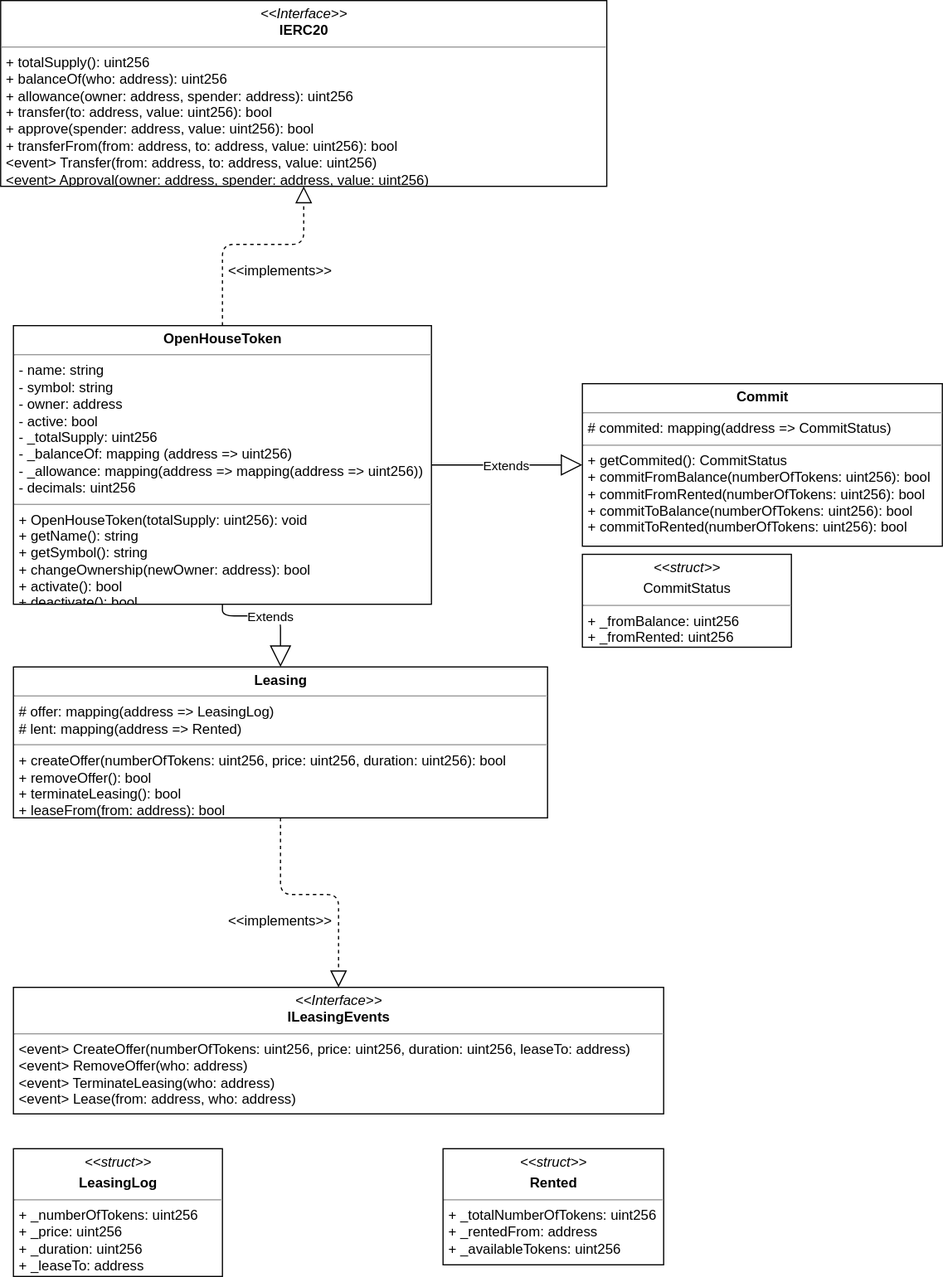
The draw.io diagram uml/OpenHouseToken/OpenHouseToken.svg in gkamtzir/Ethereum-ICO-Diploma-Thesis, before a commit. Source tidied: cells renumbered, new cells last; positions are measured from the earlier drawing's top-left corner, leaving out a move shared by most shapes.
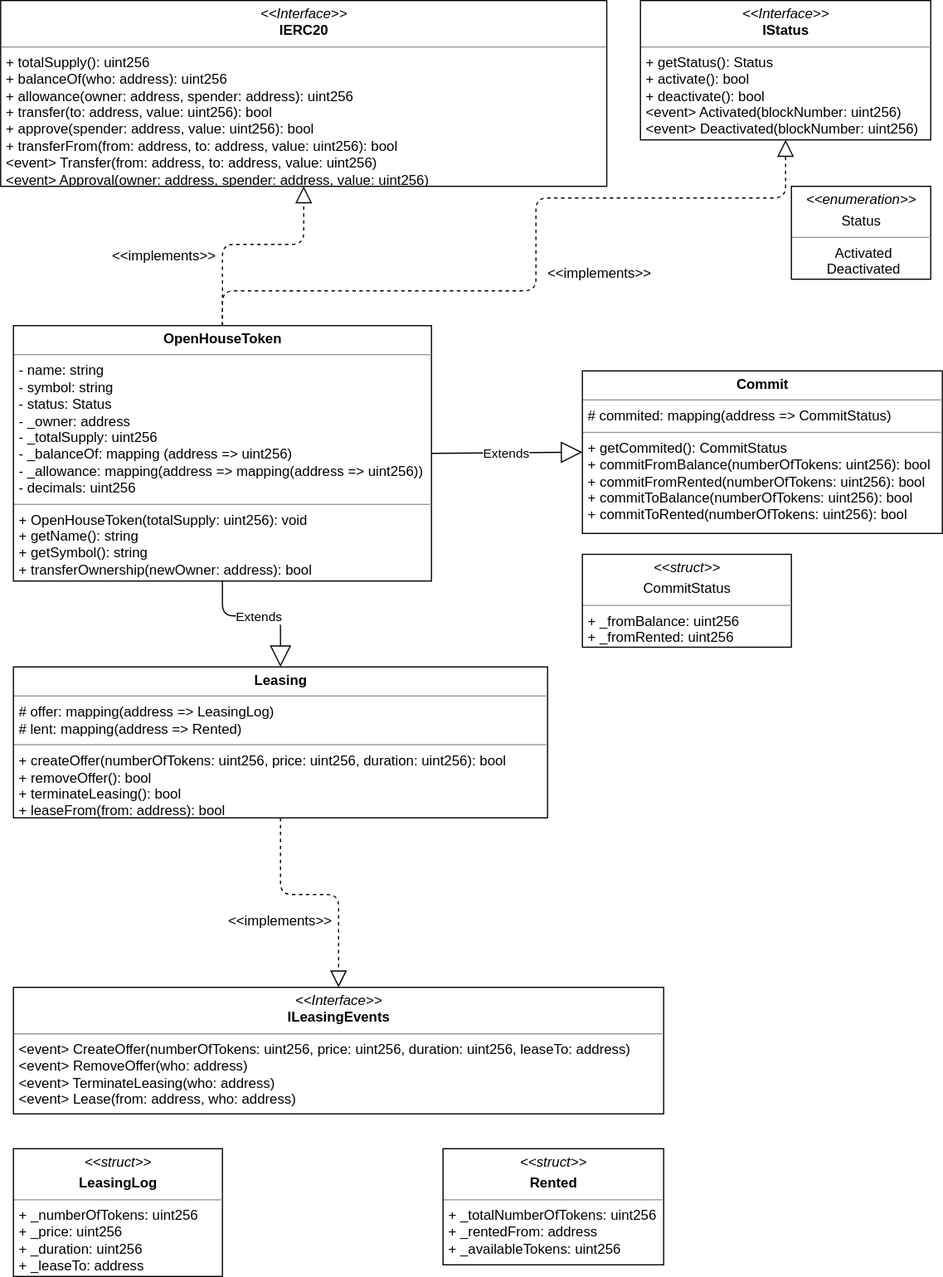
Above is the later version.

Commit message:
Added IStatus interface to OpenHouseToken class diagram.

The edit, as a diff of the source:
```diff
@@ -2,8 +2,8 @@
   <root>
     <mxCell id="0" />
     <mxCell id="1" parent="0" />
-    <mxCell id="2" value="&lt;p style=&quot;margin: 0px ; margin-top: 4px ; text-align: center&quot;&gt;&lt;b&gt;OpenHouseToken&lt;/b&gt;&lt;/p&gt;&lt;hr size=&quot;1&quot;&gt;&lt;p style=&quot;margin: 0px ; margin-left: 4px&quot;&gt;- name: string&lt;/p&gt;&lt;p style=&quot;margin: 0px ; margin-left: 4px&quot;&gt;- symbol: string&lt;/p&gt;&lt;p style=&quot;margin: 0px ; margin-left: 4px&quot;&gt;- owner: address&lt;/p&gt;&lt;p style=&quot;margin: 0px ; margin-left: 4px&quot;&gt;- active: bool&lt;/p&gt;&lt;p style=&quot;margin: 0px ; margin-left: 4px&quot;&gt;- _totalSupply: uint256&lt;/p&gt;&lt;p style=&quot;margin: 0px ; margin-left: 4px&quot;&gt;- _balanceOf: mapping (address =&amp;gt; uint256)&lt;/p&gt;&lt;p style=&quot;margin: 0px ; margin-left: 4px&quot;&gt;- _allowance: mapping(address =&amp;gt; mapping(address =&amp;gt; uint256))&lt;/p&gt;&lt;p style=&quot;margin: 0px ; margin-left: 4px&quot;&gt;- decimals: uint256&lt;/p&gt;&lt;hr size=&quot;1&quot;&gt;&lt;p style=&quot;margin: 0px ; margin-left: 4px&quot;&gt;+ OpenHouseToken(totalSupply: uint256): void&lt;/p&gt;&lt;p style=&quot;margin: 0px ; margin-left: 4px&quot;&gt;+ getName(): string&lt;/p&gt;&lt;p style=&quot;margin: 0px ; margin-left: 4px&quot;&gt;+ getSymbol(): string&lt;/p&gt;&lt;p style=&quot;margin: 0px ; margin-left: 4px&quot;&gt;+ changeOwnership(newOwner: address): bool&lt;/p&gt;&lt;p style=&quot;margin: 0px ; margin-left: 4px&quot;&gt;+ activate(): bool&lt;/p&gt;&lt;p style=&quot;margin: 0px ; margin-left: 4px&quot;&gt;+ deactivate(): bool&lt;/p&gt;" style="verticalAlign=top;align=left;overflow=fill;fontSize=12;fontFamily=Helvetica;html=1;" parent="1" vertex="1">
-      <mxGeometry x="11" y="280" width="360" height="240" as="geometry" />
+    <mxCell id="2" value="&lt;p style=&quot;margin: 0px ; margin-top: 4px ; text-align: center&quot;&gt;&lt;b&gt;OpenHouseToken&lt;/b&gt;&lt;/p&gt;&lt;hr size=&quot;1&quot;&gt;&lt;p style=&quot;margin: 0px ; margin-left: 4px&quot;&gt;- name: string&lt;/p&gt;&lt;p style=&quot;margin: 0px ; margin-left: 4px&quot;&gt;- symbol: string&lt;/p&gt;&lt;p style=&quot;margin: 0px ; margin-left: 4px&quot;&gt;- status: Status&lt;br&gt;&lt;/p&gt;&lt;p style=&quot;margin: 0px ; margin-left: 4px&quot;&gt;- _owner: address&lt;/p&gt;&lt;p style=&quot;margin: 0px ; margin-left: 4px&quot;&gt;- _totalSupply: uint256&lt;/p&gt;&lt;p style=&quot;margin: 0px ; margin-left: 4px&quot;&gt;- _balanceOf: mapping (address =&amp;gt; uint256)&lt;/p&gt;&lt;p style=&quot;margin: 0px ; margin-left: 4px&quot;&gt;- _allowance: mapping(address =&amp;gt; mapping(address =&amp;gt; uint256))&lt;/p&gt;&lt;p style=&quot;margin: 0px ; margin-left: 4px&quot;&gt;- decimals: uint256&lt;/p&gt;&lt;hr size=&quot;1&quot;&gt;&lt;p style=&quot;margin: 0px ; margin-left: 4px&quot;&gt;+ OpenHouseToken(totalSupply: uint256): void&lt;/p&gt;&lt;p style=&quot;margin: 0px ; margin-left: 4px&quot;&gt;+ getName(): string&lt;/p&gt;&lt;p style=&quot;margin: 0px ; margin-left: 4px&quot;&gt;+ getSymbol(): string&lt;/p&gt;&lt;p style=&quot;margin: 0px ; margin-left: 4px&quot;&gt;+ transferOwnership(newOwner: address): bool&lt;/p&gt;" style="verticalAlign=top;align=left;overflow=fill;fontSize=12;fontFamily=Helvetica;html=1;" parent="1" vertex="1">
+      <mxGeometry x="11" y="280" width="360" height="220" as="geometry" />
     </mxCell>
     <mxCell id="3" value="&lt;p style=&quot;margin: 0px ; margin-top: 4px ; text-align: center&quot;&gt;&lt;i&gt;&amp;lt;&amp;lt;Interface&amp;gt;&amp;gt;&lt;/i&gt;&lt;br&gt;&lt;b&gt;IERC20&lt;/b&gt;&lt;/p&gt;&lt;hr size=&quot;1&quot;&gt;&lt;p style=&quot;margin: 0px ; margin-left: 4px&quot;&gt;+ totalSupply(): uint256&lt;br&gt;+ balanceOf(who: address): uint256&lt;/p&gt;&lt;p style=&quot;margin: 0px ; margin-left: 4px&quot;&gt;+ allowance(owner: address, spender: address): uint256&lt;/p&gt;&lt;p style=&quot;margin: 0px ; margin-left: 4px&quot;&gt;+ transfer(to: address, value: uint256): bool&lt;/p&gt;&lt;p style=&quot;margin: 0px ; margin-left: 4px&quot;&gt;+ approve(spender: address, value: uint256): bool&lt;/p&gt;&lt;p style=&quot;margin: 0px ; margin-left: 4px&quot;&gt;+ transferFrom(from: address, to: address, value: uint256): bool&lt;/p&gt;&lt;p style=&quot;margin: 0px ; margin-left: 4px&quot;&gt;&amp;lt;event&amp;gt; Transfer(from: address, to: address, value: uint256)&lt;/p&gt;&lt;p style=&quot;margin: 0px ; margin-left: 4px&quot;&gt;&amp;lt;event&amp;gt; Approval(owner: address, spender: address, value: uint256)&lt;/p&gt;" style="verticalAlign=top;align=left;overflow=fill;fontSize=12;fontFamily=Helvetica;html=1;" parent="1" vertex="1">
       <mxGeometry width="522" height="160" as="geometry" />
@@ -17,7 +17,7 @@
       </mxGeometry>
     </mxCell>
     <mxCell id="5" value="&lt;&lt;implements&gt;&gt;" style="text;align=center;fontStyle=0;verticalAlign=middle;spacingLeft=3;spacingRight=3;strokeColor=none;" parent="1" vertex="1">
-      <mxGeometry x="201" y="220" width="80" height="26" as="geometry" />
+      <mxGeometry x="101" y="207" width="80" height="26" as="geometry" />
     </mxCell>
     <mxCell id="6" value="&lt;p style=&quot;margin: 0px ; margin-top: 4px ; text-align: center&quot;&gt;&lt;b&gt;Leasing&lt;/b&gt;&lt;/p&gt;&lt;hr size=&quot;1&quot;&gt;&lt;p style=&quot;margin: 0px ; margin-left: 4px&quot;&gt;# offer: mapping(address =&amp;gt; LeasingLog)&lt;/p&gt;&lt;p style=&quot;margin: 0px ; margin-left: 4px&quot;&gt;# lent: mapping(address =&amp;gt; Rented)&lt;/p&gt;&lt;hr size=&quot;1&quot;&gt;&lt;p style=&quot;margin: 0px ; margin-left: 4px&quot;&gt;+ createOffer(numberOfTokens: uint256, price: uint256, duration: uint256): bool&lt;/p&gt;&lt;p style=&quot;margin: 0px ; margin-left: 4px&quot;&gt;+ removeOffer(): bool&lt;/p&gt;&lt;p style=&quot;margin: 0px ; margin-left: 4px&quot;&gt;+ terminateLeasing(): bool&lt;/p&gt;&lt;p style=&quot;margin: 0px ; margin-left: 4px&quot;&gt;+ leaseFrom(from: address): bool&lt;/p&gt;" style="verticalAlign=top;align=left;overflow=fill;fontSize=12;fontFamily=Helvetica;html=1;" parent="1" vertex="1">
       <mxGeometry x="11" y="574" width="460" height="130" as="geometry" />
@@ -45,7 +45,7 @@
       </mxGeometry>
     </mxCell>
     <mxCell id="11" value="&lt;p style=&quot;margin: 0px ; margin-top: 4px ; text-align: center&quot;&gt;&lt;b&gt;Commit&lt;/b&gt;&lt;/p&gt;&lt;hr size=&quot;1&quot;&gt;&lt;p style=&quot;margin: 0px ; margin-left: 4px&quot;&gt;# commited: mapping(address =&amp;gt; CommitStatus)&lt;/p&gt;&lt;hr size=&quot;1&quot;&gt;&lt;p style=&quot;margin: 0px ; margin-left: 4px&quot;&gt;+ getCommited(): CommitStatus&lt;br&gt;&lt;/p&gt;&lt;p style=&quot;margin: 0px ; margin-left: 4px&quot;&gt;+ commitFromBalance(numberOfTokens: uint256): bool&lt;/p&gt;&lt;p style=&quot;margin: 0px ; margin-left: 4px&quot;&gt;+ commitFromRented(numberOfTokens: uint256): bool&lt;/p&gt;&lt;p style=&quot;margin: 0px ; margin-left: 4px&quot;&gt;+ commitToBalance(numberOfTokens: uint256): bool&lt;/p&gt;&lt;p style=&quot;margin: 0px ; margin-left: 4px&quot;&gt;+ commitToRented(numberOfTokens: uint256): bool&lt;/p&gt;" style="verticalAlign=top;align=left;overflow=fill;fontSize=12;fontFamily=Helvetica;html=1;" parent="1" vertex="1">
-      <mxGeometry x="501" y="330" width="310" height="140" as="geometry" />
+      <mxGeometry x="501" y="319" width="310" height="140" as="geometry" />
     </mxCell>
     <mxCell id="12" value="&lt;p style=&quot;margin: 0px ; margin-top: 4px ; text-align: center&quot;&gt;&lt;i&gt;&amp;lt;&amp;lt;struct&amp;gt;&amp;gt;&lt;/i&gt;&lt;br&gt;&lt;/p&gt;&lt;p style=&quot;margin: 0px ; margin-top: 4px ; text-align: center&quot;&gt;&lt;span&gt;CommitStatus&lt;/span&gt;&lt;br&gt;&lt;/p&gt;&lt;hr size=&quot;1&quot;&gt;&lt;p style=&quot;margin: 0px ; margin-left: 4px&quot;&gt;+ _fromBalance: uint256&lt;/p&gt;&lt;p style=&quot;margin: 0px ; margin-left: 4px&quot;&gt;+ _fromRented: uint256&lt;/p&gt;&lt;p style=&quot;margin: 0px ; margin-left: 4px&quot;&gt;&lt;br&gt;&lt;/p&gt;" style="verticalAlign=top;align=left;overflow=fill;fontSize=12;fontFamily=Helvetica;html=1;" parent="1" vertex="1">
       <mxGeometry x="501" y="477" width="180" height="80" as="geometry" />
@@ -59,5 +59,24 @@
     <mxCell id="15" value="&lt;&lt;implements&gt;&gt;" style="text;align=center;fontStyle=0;verticalAlign=middle;spacingLeft=3;spacingRight=3;strokeColor=none;" parent="1" vertex="1">
       <mxGeometry x="201" y="780" width="80" height="26" as="geometry" />
     </mxCell>
+    <mxCell id="16" value="&lt;p style=&quot;margin: 0px ; margin-top: 4px ; text-align: center&quot;&gt;&lt;i&gt;&amp;lt;&amp;lt;Interface&amp;gt;&amp;gt;&lt;/i&gt;&lt;br&gt;&lt;b&gt;IStatus&lt;/b&gt;&lt;/p&gt;&lt;hr size=&quot;1&quot;&gt;&lt;p style=&quot;margin: 0px ; margin-left: 4px&quot;&gt;+ getStatus(): Status&lt;br&gt;+ activate(): bool&lt;/p&gt;&lt;p style=&quot;margin: 0px ; margin-left: 4px&quot;&gt;+ deactivate(): bool&lt;/p&gt;&lt;p style=&quot;margin: 0px ; margin-left: 4px&quot;&gt;&amp;lt;event&amp;gt; Activated(blockNumber: uint256)&lt;/p&gt;&lt;p style=&quot;margin: 0px ; margin-left: 4px&quot;&gt;&amp;lt;event&amp;gt; Deactivated(blockNumber: uint256)&lt;/p&gt;" style="verticalAlign=top;align=left;overflow=fill;fontSize=12;fontFamily=Helvetica;html=1;" parent="1" vertex="1">
+      <mxGeometry x="551" width="250" height="120" as="geometry" />
+    </mxCell>
+    <mxCell id="17" value="&lt;p style=&quot;margin: 0px ; margin-top: 4px ; text-align: center&quot;&gt;&lt;i&gt;&amp;lt;&amp;lt;enumeration&amp;gt;&amp;gt;&lt;/i&gt;&lt;br&gt;&lt;/p&gt;&lt;p style=&quot;margin: 0px ; margin-top: 4px ; text-align: center&quot;&gt;&lt;span&gt;Status&lt;/span&gt;&lt;br&gt;&lt;/p&gt;&lt;hr size=&quot;1&quot;&gt;&lt;p style=&quot;text-align: center ; margin: 0px 0px 0px 4px&quot;&gt;Activated&lt;/p&gt;&lt;p style=&quot;text-align: center ; margin: 0px 0px 0px 4px&quot;&gt;Deactivated&lt;/p&gt;&lt;p style=&quot;text-align: center ; margin: 0px 0px 0px 4px&quot;&gt;&lt;br&gt;&lt;/p&gt;" style="verticalAlign=top;align=left;overflow=fill;fontSize=12;fontFamily=Helvetica;html=1;" parent="1" vertex="1">
+      <mxGeometry x="681" y="160" width="120" height="80" as="geometry" />
+    </mxCell>
+    <mxCell id="18" style="endArrow=block;dashed=1;endFill=0;endSize=12;html=1;exitX=0.5;exitY=0;exitDx=0;exitDy=0;entryX=0.5;entryY=1;entryDx=0;entryDy=0;" parent="1" edge="1" source="2" target="16">
+      <mxGeometry relative="1" as="geometry">
+        <Array as="points">
+          <mxPoint x="191" y="250" />
+          <mxPoint x="461" y="250" />
+          <mxPoint x="461" y="170" />
+          <mxPoint x="676" y="170" />
+        </Array>
+      </mxGeometry>
+    </mxCell>
+    <mxCell id="19" value="&lt;&lt;implements&gt;&gt;" style="text;align=center;fontStyle=0;verticalAlign=middle;spacingLeft=3;spacingRight=3;strokeColor=none;" parent="1" vertex="1">
+      <mxGeometry x="476" y="222" width="80" height="26" as="geometry" />
+    </mxCell>
   </root>
 </mxGraphModel>
```
